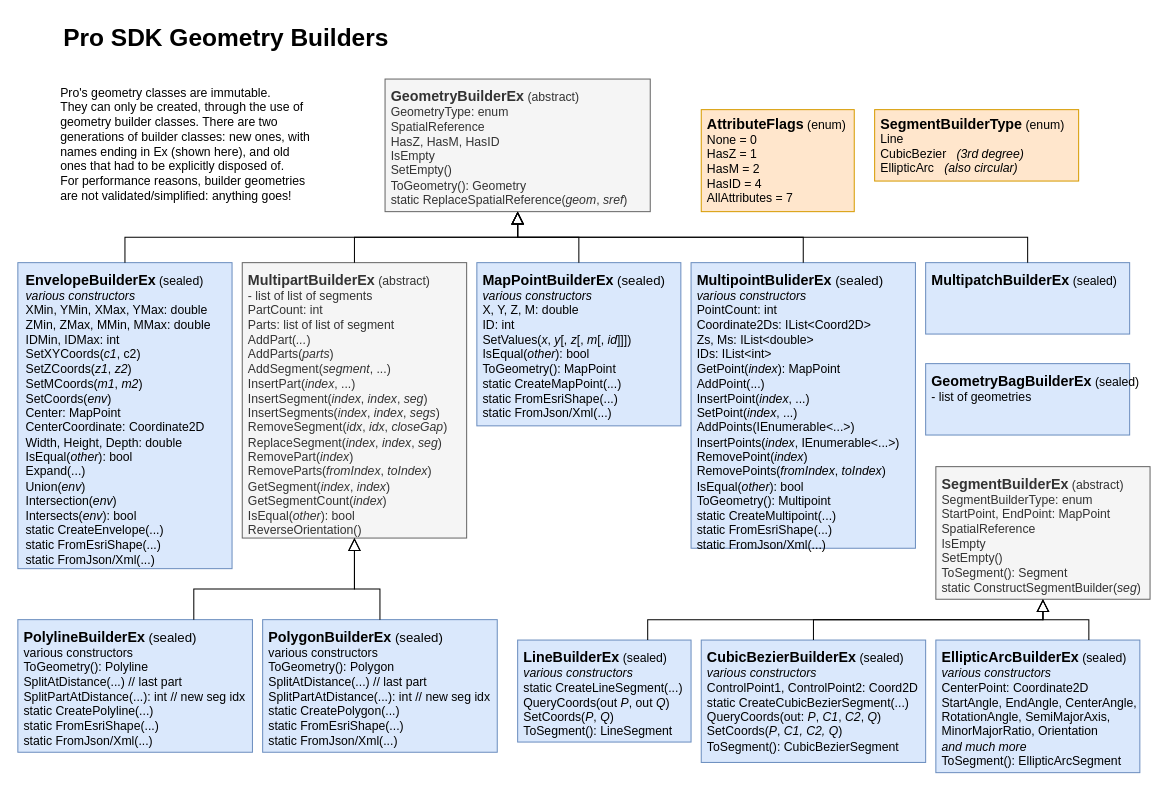
Above: page "Builder" (2 of 2) of doc/ProSDK/GeometryClasses.drawio in ProSuite/ProSuite (draw.io), before the change. Source tidied: cells renumbered, new cells numbered last; positions are measured from the earlier drawing's top-left corner, leaving out a move shared by most shapes. Both pictures are drawn from the tidied source at 102%, with x=0, y=0 at pixel (17, 17).
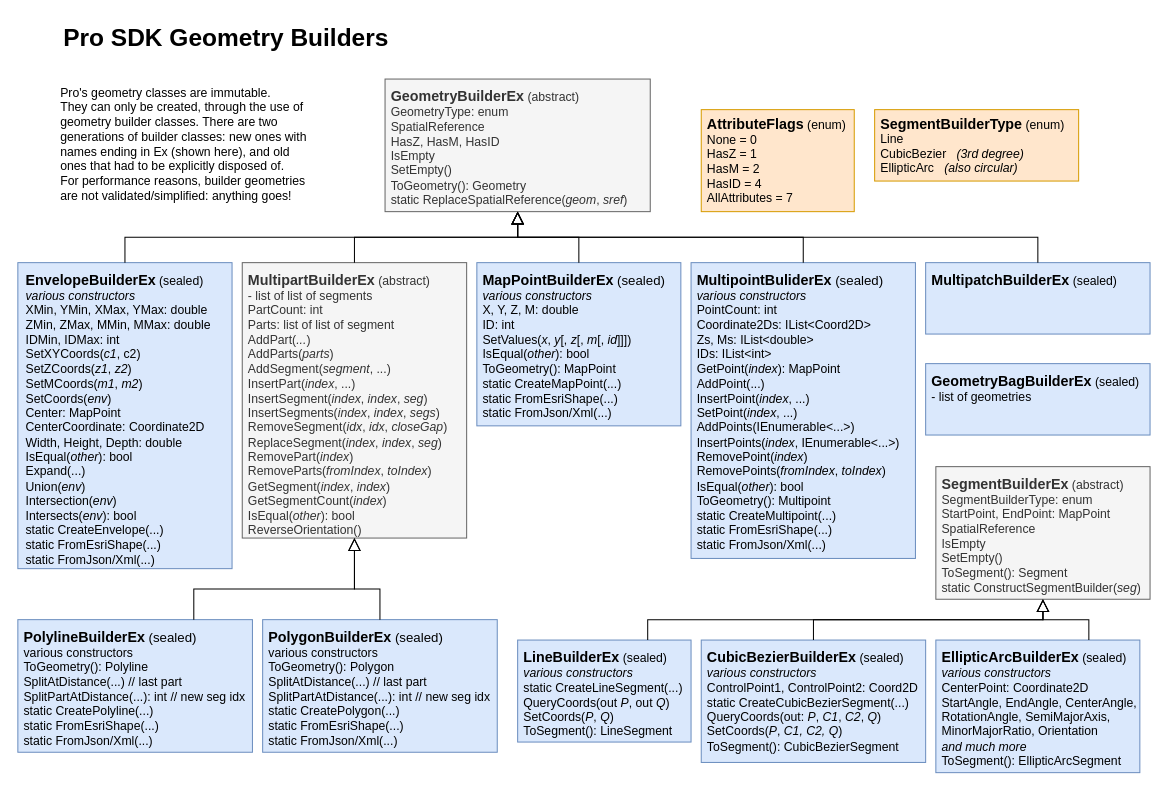
The same page after the edit.

The edit, as a diff of the source:
```diff
@@
     <mxCell id="5" value="&lt;font&gt;&lt;b&gt;&lt;font style=&quot;font-size: 14px&quot;&gt;MultipointBuliderEx&lt;/font&gt;&lt;/b&gt;&lt;span style=&quot;font-size: 13px&quot;&gt; (sealed)&lt;/span&gt;&lt;/font&gt;&lt;br&gt;&lt;i&gt;various constructors&lt;/i&gt;&lt;br&gt;PointCount: int&lt;br&gt;Coordinate2Ds: IList&amp;lt;Coord2D&amp;gt;&lt;br&gt;Zs, Ms: IList&amp;lt;double&amp;gt;&lt;br&gt;IDs: IList&amp;lt;int&amp;gt;&lt;br&gt;GetPoint(&lt;i&gt;index&lt;/i&gt;): MapPoint&lt;br&gt;AddPoint(...)&lt;br&gt;InsertPoint(&lt;i&gt;index&lt;/i&gt;, ...)&lt;br&gt;SetPoint(&lt;i&gt;index&lt;/i&gt;, ...)&lt;br&gt;AddPoints(IEnumerable&amp;lt;...&amp;gt;)&lt;br&gt;InsertPoints(&lt;i&gt;index&lt;/i&gt;, IEnumerable&amp;lt;...&amp;gt;)&lt;br&gt;RemovePoint(&lt;i&gt;index&lt;/i&gt;)&lt;br&gt;RemovePoints(&lt;i&gt;fromIndex&lt;/i&gt;, &lt;i&gt;toIndex&lt;/i&gt;)&lt;br&gt;IsEqual(&lt;i&gt;other&lt;/i&gt;): bool&lt;br&gt;ToGeometry(): Multipoint&lt;br&gt;static CreateMultipoint(...)&lt;br&gt;static FromEsriShape(...)&lt;br&gt;static FromJson/Xml(...)" style="text;html=1;strokeColor=#6c8ebf;fillColor=#dae8fc;align=left;verticalAlign=top;whiteSpace=wrap;rounded=0;fontSize=12;spacingLeft=4;spacingTop=2;" parent="1" vertex="1">
-      <mxGeometry x="660" y="240" width="220" height="280" as="geometry" />
+      <mxGeometry x="660" y="240" width="220" height="290" as="geometry" />
     </mxCell>
@@
     <mxCell id="8" value="&lt;b&gt;&lt;font style=&quot;font-size: 14px&quot;&gt;MultipatchBuilderEx&lt;/font&gt;&lt;/b&gt;&amp;nbsp;(sealed)&lt;br&gt;" style="text;html=1;strokeColor=#6c8ebf;fillColor=#dae8fc;align=left;verticalAlign=top;whiteSpace=wrap;rounded=0;fontSize=12;spacingLeft=4;spacingTop=2;" parent="1" vertex="1">
-      <mxGeometry x="890" y="240" width="200" height="70" as="geometry" />
+      <mxGeometry x="890" y="240" width="220" height="70" as="geometry" />
     </mxCell>
     <mxCell id="9" value="&lt;b&gt;&lt;font style=&quot;font-size: 14px&quot;&gt;GeometryBagBuilderEx&lt;/font&gt;&lt;/b&gt;&amp;nbsp;(sealed)&lt;br&gt;- list of geometries&lt;br&gt;" style="text;html=1;strokeColor=#6c8ebf;fillColor=#dae8fc;align=left;verticalAlign=top;whiteSpace=wrap;rounded=0;fontSize=12;spacingLeft=4;spacingTop=2;" parent="1" vertex="1">
-      <mxGeometry x="890" y="339" width="200" height="70" as="geometry" />
+      <mxGeometry x="890" y="339" width="220" height="70" as="geometry" />
     </mxCell>
@@
-    <mxCell id="13" value="Pro's geometry classes are immutable. &lt;br&gt;They can only be created, through the use of geometry builder classes. There are two generations of builder classes: new ones, with names ending in Ex (shown here), and old ones that had to be explicitly disposed of.&lt;br&gt;For performance reasons, builder geometries are not validated/simplified: anything goes!" style="text;html=1;strokeColor=none;fillColor=none;align=left;verticalAlign=top;whiteSpace=wrap;rounded=0;" parent="1" vertex="1">
+    <mxCell id="13" value="Pro's geometry classes are immutable. &lt;br&gt;They can only be created, through the use of geometry builder classes. There are two generations of builder classes: new ones with names ending in Ex (shown here), and old ones that had to be explicitly disposed of.&lt;br&gt;For performance reasons, builder geometries are not validated/simplified: anything goes!" style="text;html=1;strokeColor=none;fillColor=none;align=left;verticalAlign=top;whiteSpace=wrap;rounded=0;" parent="1" vertex="1">
       <mxGeometry x="40" y="60" width="250" height="120" as="geometry" />
     </mxCell>
```
